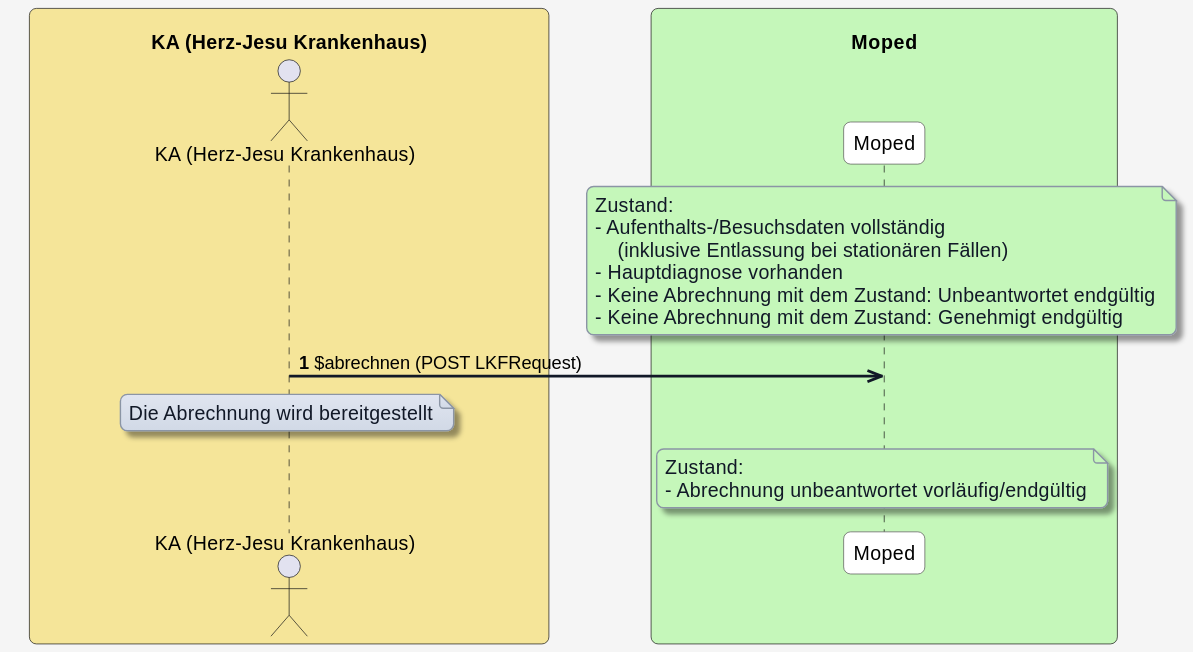
This is r5-ELGA-MOPED-main/plantuml/moped-fall-abrechnen/abrechnen-nach-aenderung.svg from HL7Austria/hl7austria.github.io, a PlantUML export, as it was before one commit.
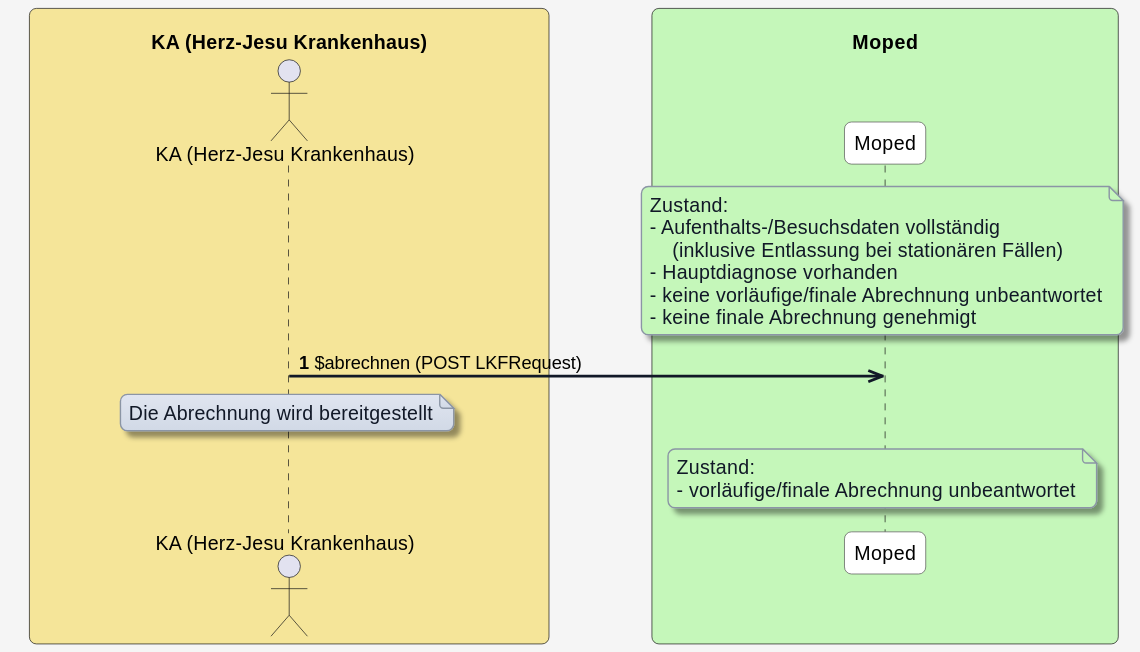
The same diagram one commit later.

Change to the diagram source:
```diff
@@ -38,8 +38,8 @@
 skinparam BoxPadding 20
 skinparam BoxBorderColor #555555
 
-box "\n                     KH (Herz-Jesu Krankenhaus)                     " #f5e599
-  actor KH as "KH (Herz-Jesu Krankenhaus)"
+box "\n                     KA (Herz-Jesu Krankenhaus)                     " #f5e599
+  actor KA as "KA (Herz-Jesu Krankenhaus)"
 end box
 
 box "\n                                   Moped                                   " #c5f7ba
@@ -54,17 +54,17 @@
 - Aufenthalts-/Besuchsdaten vollständig
     (inklusive Entlassung bei stationären Fällen)
 - Hauptdiagnose vorhanden
-- Keine Abrechnung mit dem Zustand: Unbeantwortet endgültig
-- Keine Abrechnung mit dem Zustand: Genehmigt endgültig
+- keine vorläufige/finale Abrechnung unbeantwortet
+- keine finale Abrechnung genehmigt
 end note
 
-KH ->> MP: $abrechnen (POST LKFRequest)
-note over KH
+KA ->> MP: $abrechnen (POST LKFRequest)
+note over KA
 Die Abrechnung wird bereitgestellt
 end note
 
 note over MP #c5f7ba
 Zustand:
-- Abrechnung unbeantwortet vorläufig/endgültig
+- vorläufige/finale Abrechnung unbeantwortet
 end note
 @enduml
```
